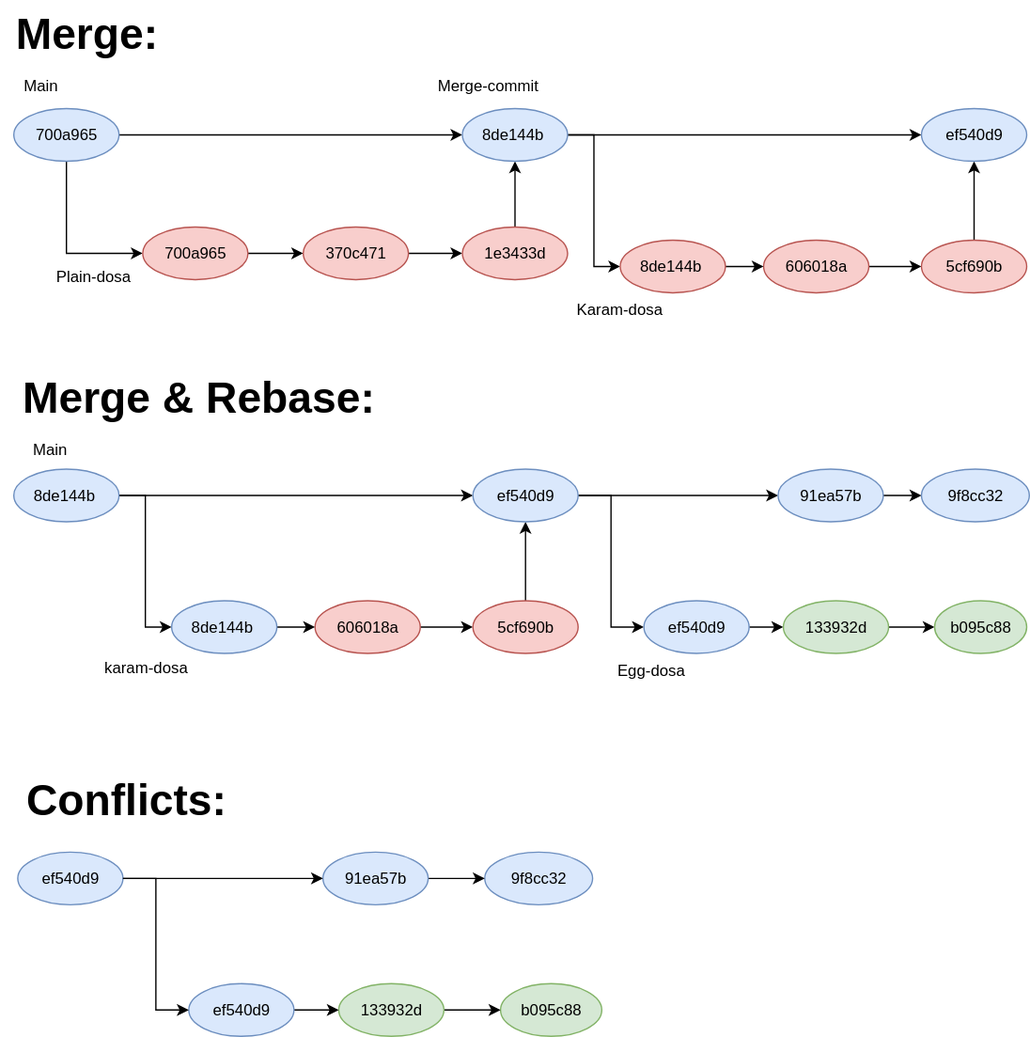
Earlier version of the draw.io export Untitled Diagram.svg (MEDASANI-CHARAN/git-dosa). Source tidied: cells renumbered, new cells last; positions are measured from the earlier drawing's top-left corner, leaving out a move shared by most shapes. Source of this version:
```xml
<mxGraphModel>
  <root>
    <mxCell id="0" />
    <mxCell id="1" parent="0" />
    <mxCell id="2" style="edgeStyle=orthogonalEdgeStyle;rounded=0;jettySize=auto;html=1;entryX=0;entryY=0.5;entryDx=0;entryDy=0;" parent="1" edge="1" source="4" target="6">
      <mxGeometry relative="1" as="geometry">
        <Array as="points">
          <mxPoint x="50" y="192" />
        </Array>
      </mxGeometry>
    </mxCell>
    <mxCell id="3" style="edgeStyle=orthogonalEdgeStyle;rounded=0;jettySize=auto;html=1;entryX=0;entryY=0.5;entryDx=0;entryDy=0;" parent="1" edge="1" source="4" target="14">
      <mxGeometry relative="1" as="geometry" />
    </mxCell>
    <mxCell id="4" value="700a965" style="ellipse;whiteSpace=wrap;html=1;fillColor=#dae8fc;strokeColor=#6c8ebf;" parent="1" vertex="1">
      <mxGeometry x="10" y="82" width="80" height="40" as="geometry" />
    </mxCell>
    <mxCell id="5" style="edgeStyle=orthogonalEdgeStyle;rounded=0;jettySize=auto;html=1;" parent="1" edge="1" source="6" target="8">
      <mxGeometry relative="1" as="geometry" />
    </mxCell>
    <mxCell id="6" value="700a965" style="ellipse;whiteSpace=wrap;html=1;fillColor=#f8cecc;strokeColor=#b85450;" parent="1" vertex="1">
      <mxGeometry x="108" y="172" width="80" height="40" as="geometry" />
    </mxCell>
    <mxCell id="7" style="edgeStyle=orthogonalEdgeStyle;rounded=0;jettySize=auto;html=1;" parent="1" edge="1" source="8" target="11">
      <mxGeometry relative="1" as="geometry" />
    </mxCell>
    <mxCell id="8" value="370c471" style="ellipse;whiteSpace=wrap;html=1;fillColor=#f8cecc;strokeColor=#b85450;" parent="1" vertex="1">
      <mxGeometry x="230" y="172" width="80" height="40" as="geometry" />
    </mxCell>
    <mxCell id="9" value="Plain-dosa" style="text;html=1;align=center;verticalAlign=middle;strokeColor=none;fillColor=none;" parent="1" vertex="1">
      <mxGeometry x="30" y="195" width="80" height="30" as="geometry" />
    </mxCell>
    <mxCell id="10" style="edgeStyle=orthogonalEdgeStyle;rounded=0;jettySize=auto;html=1;" parent="1" edge="1" source="11" target="14">
      <mxGeometry relative="1" as="geometry" />
    </mxCell>
    <mxCell id="11" value="1e3433d" style="ellipse;whiteSpace=wrap;html=1;fillColor=#f8cecc;strokeColor=#b85450;" parent="1" vertex="1">
      <mxGeometry x="351" y="172" width="80" height="40" as="geometry" />
    </mxCell>
    <mxCell id="12" style="edgeStyle=orthogonalEdgeStyle;rounded=0;jettySize=auto;html=1;entryX=0;entryY=0.5;entryDx=0;entryDy=0;" parent="1" edge="1" source="14" target="20">
      <mxGeometry relative="1" as="geometry" />
    </mxCell>
    <mxCell id="13" style="edgeStyle=orthogonalEdgeStyle;rounded=0;jettySize=auto;html=1;" parent="1" edge="1" source="14" target="23">
      <mxGeometry relative="1" as="geometry" />
    </mxCell>
    <mxCell id="14" value="8de144b&amp;nbsp;" style="ellipse;whiteSpace=wrap;html=1;fillColor=#dae8fc;strokeColor=#6c8ebf;" parent="1" vertex="1">
      <mxGeometry x="351" y="82" width="80" height="40" as="geometry" />
    </mxCell>
    <mxCell id="15" value="Merge-commit" style="text;html=1;align=center;verticalAlign=middle;strokeColor=none;fillColor=none;" parent="1" vertex="1">
      <mxGeometry x="320" y="50" width="100" height="30" as="geometry" />
    </mxCell>
    <mxCell id="16" value="Main" style="text;html=1;align=center;verticalAlign=middle;strokeColor=none;fillColor=none;" parent="1" vertex="1">
      <mxGeometry x="5" y="50" width="50" height="30" as="geometry" />
    </mxCell>
    <mxCell id="17" style="edgeStyle=orthogonalEdgeStyle;rounded=0;jettySize=auto;html=1;" parent="1" edge="1" source="18" target="22">
      <mxGeometry relative="1" as="geometry" />
    </mxCell>
    <mxCell id="18" value="606018a" style="ellipse;whiteSpace=wrap;html=1;fillColor=#f8cecc;strokeColor=#b85450;" parent="1" vertex="1">
      <mxGeometry x="580" y="182" width="80" height="40" as="geometry" />
    </mxCell>
    <mxCell id="19" style="edgeStyle=orthogonalEdgeStyle;rounded=0;jettySize=auto;html=1;" parent="1" edge="1" source="20" target="18">
      <mxGeometry relative="1" as="geometry" />
    </mxCell>
    <mxCell id="20" value="8de144b&amp;nbsp;" style="ellipse;whiteSpace=wrap;html=1;fillColor=#f8cecc;strokeColor=#b85450;" parent="1" vertex="1">
      <mxGeometry x="471" y="182" width="80" height="40" as="geometry" />
    </mxCell>
    <mxCell id="21" style="edgeStyle=orthogonalEdgeStyle;rounded=0;jettySize=auto;html=1;" parent="1" edge="1" source="22" target="23">
      <mxGeometry relative="1" as="geometry" />
    </mxCell>
    <mxCell id="22" value="5cf690b" style="ellipse;whiteSpace=wrap;html=1;fillColor=#f8cecc;strokeColor=#b85450;" parent="1" vertex="1">
      <mxGeometry x="700" y="182" width="80" height="40" as="geometry" />
    </mxCell>
    <mxCell id="23" value="ef540d9" style="ellipse;whiteSpace=wrap;html=1;fillColor=#dae8fc;strokeColor=#6c8ebf;" parent="1" vertex="1">
      <mxGeometry x="700" y="82" width="80" height="40" as="geometry" />
    </mxCell>
    <mxCell id="24" style="edgeStyle=orthogonalEdgeStyle;rounded=0;jettySize=auto;html=1;entryX=0;entryY=0.5;entryDx=0;entryDy=0;" parent="1" edge="1" source="26" target="31">
      <mxGeometry relative="1" as="geometry" />
    </mxCell>
    <mxCell id="25" style="edgeStyle=orthogonalEdgeStyle;rounded=0;jettySize=auto;html=1;" parent="1" edge="1" source="26" target="36">
      <mxGeometry relative="1" as="geometry" />
    </mxCell>
    <mxCell id="26" value="8de144b&amp;nbsp;" style="ellipse;whiteSpace=wrap;html=1;fillColor=#dae8fc;strokeColor=#6c8ebf;" parent="1" vertex="1">
      <mxGeometry x="10" y="356" width="80" height="40" as="geometry" />
    </mxCell>
    <mxCell id="27" value="Main" style="text;html=1;align=center;verticalAlign=middle;strokeColor=none;fillColor=none;" parent="1" vertex="1">
      <mxGeometry x="12" y="326" width="50" height="30" as="geometry" />
    </mxCell>
    <mxCell id="28" style="edgeStyle=orthogonalEdgeStyle;rounded=0;jettySize=auto;html=1;" parent="1" edge="1" source="29" target="33">
      <mxGeometry relative="1" as="geometry" />
    </mxCell>
    <mxCell id="29" value="606018a" style="ellipse;whiteSpace=wrap;html=1;fillColor=#f8cecc;strokeColor=#b85450;" parent="1" vertex="1">
      <mxGeometry x="239" y="456" width="80" height="40" as="geometry" />
    </mxCell>
    <mxCell id="30" style="edgeStyle=orthogonalEdgeStyle;rounded=0;jettySize=auto;html=1;" parent="1" edge="1" source="31" target="29">
      <mxGeometry relative="1" as="geometry" />
    </mxCell>
    <mxCell id="31" value="8de144b&amp;nbsp;" style="ellipse;whiteSpace=wrap;html=1;fillColor=#dae8fc;strokeColor=#6c8ebf;" parent="1" vertex="1">
      <mxGeometry x="130" y="456" width="80" height="40" as="geometry" />
    </mxCell>
    <mxCell id="32" style="edgeStyle=orthogonalEdgeStyle;rounded=0;jettySize=auto;html=1;" parent="1" edge="1" source="33" target="36">
      <mxGeometry relative="1" as="geometry" />
    </mxCell>
    <mxCell id="33" value="5cf690b" style="ellipse;whiteSpace=wrap;html=1;fillColor=#f8cecc;strokeColor=#b85450;" parent="1" vertex="1">
      <mxGeometry x="359" y="456" width="80" height="40" as="geometry" />
    </mxCell>
    <mxCell id="34" style="edgeStyle=orthogonalEdgeStyle;rounded=0;jettySize=auto;html=1;entryX=0;entryY=0.5;entryDx=0;entryDy=0;" parent="1" edge="1" source="36" target="38">
      <mxGeometry relative="1" as="geometry" />
    </mxCell>
    <mxCell id="35" style="edgeStyle=orthogonalEdgeStyle;rounded=0;jettySize=auto;html=1;entryX=0;entryY=0.5;entryDx=0;entryDy=0;" parent="1" edge="1" source="36" target="45">
      <mxGeometry relative="1" as="geometry" />
    </mxCell>
    <mxCell id="36" value="ef540d9" style="ellipse;whiteSpace=wrap;html=1;fillColor=#dae8fc;strokeColor=#6c8ebf;" parent="1" vertex="1">
      <mxGeometry x="359" y="356" width="80" height="40" as="geometry" />
    </mxCell>
    <mxCell id="37" style="edgeStyle=orthogonalEdgeStyle;rounded=0;jettySize=auto;html=1;" parent="1" edge="1" source="38" target="42">
      <mxGeometry relative="1" as="geometry" />
    </mxCell>
    <mxCell id="38" value="ef540d9" style="ellipse;whiteSpace=wrap;html=1;fillColor=#dae8fc;strokeColor=#6c8ebf;" parent="1" vertex="1">
      <mxGeometry x="489" y="456" width="80" height="40" as="geometry" />
    </mxCell>
    <mxCell id="39" value="Karam-dosa" style="text;html=1;align=center;verticalAlign=middle;strokeColor=none;fillColor=none;" parent="1" vertex="1">
      <mxGeometry x="425" y="220" width="90" height="30" as="geometry" />
    </mxCell>
    <mxCell id="40" value="karam-dosa" style="text;html=1;align=center;verticalAlign=middle;strokeColor=none;fillColor=none;" parent="1" vertex="1">
      <mxGeometry x="65" y="492" width="90" height="30" as="geometry" />
    </mxCell>
    <mxCell id="41" style="edgeStyle=orthogonalEdgeStyle;rounded=0;jettySize=auto;html=1;" parent="1" edge="1" source="42" target="43">
      <mxGeometry relative="1" as="geometry" />
    </mxCell>
    <mxCell id="42" value="133932d" style="ellipse;whiteSpace=wrap;html=1;fillColor=#d5e8d4;strokeColor=#82b366;" parent="1" vertex="1">
      <mxGeometry x="595" y="456" width="80" height="40" as="geometry" />
    </mxCell>
    <mxCell id="43" value="b095c88" style="ellipse;whiteSpace=wrap;html=1;fillColor=#d5e8d4;strokeColor=#82b366;" parent="1" vertex="1">
      <mxGeometry x="710" y="456" width="70" height="40" as="geometry" />
    </mxCell>
    <mxCell id="44" style="edgeStyle=orthogonalEdgeStyle;rounded=0;jettySize=auto;html=1;" parent="1" edge="1" source="45" target="46">
      <mxGeometry relative="1" as="geometry" />
    </mxCell>
    <mxCell id="45" value="91ea57b" style="ellipse;whiteSpace=wrap;html=1;fillColor=#dae8fc;strokeColor=#6c8ebf;" parent="1" vertex="1">
      <mxGeometry x="591" y="356" width="80" height="40" as="geometry" />
    </mxCell>
    <mxCell id="46" value="9f8cc32" style="ellipse;whiteSpace=wrap;html=1;fillColor=#dae8fc;strokeColor=#6c8ebf;" parent="1" vertex="1">
      <mxGeometry x="700" y="356" width="82" height="40" as="geometry" />
    </mxCell>
    <mxCell id="47" value="Egg-dosa" style="text;html=1;align=center;verticalAlign=middle;strokeColor=none;fillColor=none;" parent="1" vertex="1">
      <mxGeometry x="459" y="494" width="70" height="30" as="geometry" />
    </mxCell>
    <mxCell id="48" value="&lt;b&gt;&lt;font style=&quot;font-size: 33px;&quot;&gt;Merge:&lt;/font&gt;&lt;/b&gt;" style="text;html=1;align=center;verticalAlign=middle;strokeColor=none;fillColor=none;" parent="1" vertex="1">
      <mxGeometry width="130" height="50" as="geometry" />
    </mxCell>
    <mxCell id="49" value="&lt;b&gt;&lt;font style=&quot;font-size: 33px;&quot;&gt;Merge &amp;amp; Rebase:&lt;/font&gt;&lt;/b&gt;" style="text;html=1;align=center;verticalAlign=middle;strokeColor=none;fillColor=none;" parent="1" vertex="1">
      <mxGeometry x="5" y="276" width="290" height="50" as="geometry" />
    </mxCell>
    <mxCell id="50" value="b095c88" style="ellipse;whiteSpace=wrap;html=1;fillColor=#d5e8d4;strokeColor=#82b366;" parent="1" vertex="1">
      <mxGeometry x="380" y="747" width="77" height="40" as="geometry" />
    </mxCell>
    <mxCell id="51" value="9f8cc32" style="ellipse;whiteSpace=wrap;html=1;fillColor=#dae8fc;strokeColor=#6c8ebf;" parent="1" vertex="1">
      <mxGeometry x="368" y="647" width="82" height="40" as="geometry" />
    </mxCell>
    <mxCell id="52" style="edgeStyle=orthogonalEdgeStyle;rounded=0;jettySize=auto;html=1;" parent="1" edge="1" source="53" target="51">
      <mxGeometry relative="1" as="geometry" />
    </mxCell>
    <mxCell id="53" value="91ea57b" style="ellipse;whiteSpace=wrap;html=1;fillColor=#dae8fc;strokeColor=#6c8ebf;" parent="1" vertex="1">
      <mxGeometry x="245" y="647" width="80" height="40" as="geometry" />
    </mxCell>
    <mxCell id="54" style="edgeStyle=orthogonalEdgeStyle;rounded=0;jettySize=auto;html=1;" parent="1" edge="1" source="55" target="50">
      <mxGeometry relative="1" as="geometry" />
    </mxCell>
    <mxCell id="55" value="133932d" style="ellipse;whiteSpace=wrap;html=1;fillColor=#d5e8d4;strokeColor=#82b366;" parent="1" vertex="1">
      <mxGeometry x="257" y="747" width="80" height="40" as="geometry" />
    </mxCell>
    <mxCell id="56" style="edgeStyle=orthogonalEdgeStyle;rounded=0;jettySize=auto;html=1;" parent="1" edge="1" source="57" target="55">
      <mxGeometry relative="1" as="geometry" />
    </mxCell>
    <mxCell id="57" value="ef540d9" style="ellipse;whiteSpace=wrap;html=1;fillColor=#dae8fc;strokeColor=#6c8ebf;" parent="1" vertex="1">
      <mxGeometry x="143" y="747" width="80" height="40" as="geometry" />
    </mxCell>
    <mxCell id="58" value="ef540d9" style="ellipse;whiteSpace=wrap;html=1;fillColor=#dae8fc;strokeColor=#6c8ebf;" parent="1" vertex="1">
      <mxGeometry x="13" y="647" width="80" height="40" as="geometry" />
    </mxCell>
    <mxCell id="59" style="edgeStyle=orthogonalEdgeStyle;rounded=0;jettySize=auto;html=1;entryX=0;entryY=0.5;entryDx=0;entryDy=0;" parent="1" edge="1" source="58" target="53">
      <mxGeometry relative="1" as="geometry" />
    </mxCell>
    <mxCell id="60" style="edgeStyle=orthogonalEdgeStyle;rounded=0;jettySize=auto;html=1;entryX=0;entryY=0.5;entryDx=0;entryDy=0;" parent="1" edge="1" source="58" target="57">
      <mxGeometry relative="1" as="geometry" />
    </mxCell>
    <mxCell id="61" value="&lt;b&gt;&lt;font style=&quot;font-size: 33px;&quot;&gt;Conflicts:&lt;/font&gt;&lt;/b&gt;" style="text;html=1;align=center;verticalAlign=middle;strokeColor=none;fillColor=none;" parent="1" vertex="1">
      <mxGeometry x="5" y="582" width="180" height="50" as="geometry" />
    </mxCell>
  </root>
</mxGraphModel>
```
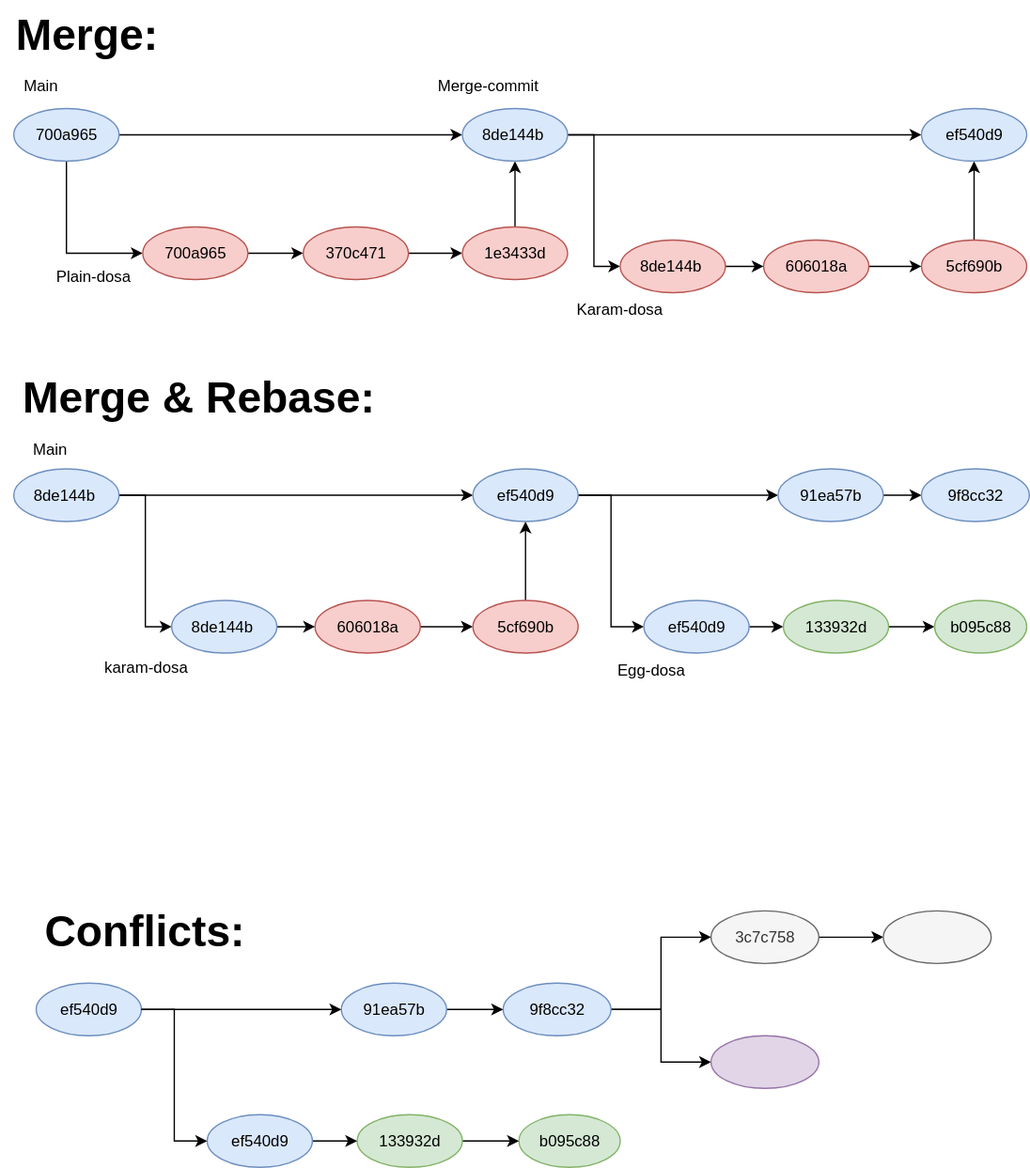
The same file after the commit.

Commit message:
added egg and Karam

The edit, as a diff of the source:
```diff
@@ -151,31 +151,37 @@
       <mxGeometry x="5" y="276" width="290" height="50" as="geometry" />
     </mxCell>
     <mxCell id="50" value="b095c88" style="ellipse;whiteSpace=wrap;html=1;fillColor=#d5e8d4;strokeColor=#82b366;" parent="1" vertex="1">
-      <mxGeometry x="380" y="747" width="77" height="40" as="geometry" />
+      <mxGeometry x="394" y="847" width="77" height="40" as="geometry" />
     </mxCell>
+    <mxCell id="62" style="edgeStyle=orthogonalEdgeStyle;rounded=0;jettySize=auto;html=1;entryX=0;entryY=0.5;entryDx=0;entryDy=0;" parent="1" edge="1" source="51" target="66">
+      <mxGeometry relative="1" as="geometry" />
+    </mxCell>
+    <mxCell id="63" style="edgeStyle=orthogonalEdgeStyle;rounded=0;jettySize=auto;html=1;entryX=0;entryY=0.5;entryDx=0;entryDy=0;" parent="1" edge="1" source="51" target="64">
+      <mxGeometry relative="1" as="geometry" />
+    </mxCell>
     <mxCell id="51" value="9f8cc32" style="ellipse;whiteSpace=wrap;html=1;fillColor=#dae8fc;strokeColor=#6c8ebf;" parent="1" vertex="1">
-      <mxGeometry x="368" y="647" width="82" height="40" as="geometry" />
+      <mxGeometry x="382" y="747" width="82" height="40" as="geometry" />
     </mxCell>
     <mxCell id="52" style="edgeStyle=orthogonalEdgeStyle;rounded=0;jettySize=auto;html=1;" parent="1" edge="1" source="53" target="51">
       <mxGeometry relative="1" as="geometry" />
     </mxCell>
     <mxCell id="53" value="91ea57b" style="ellipse;whiteSpace=wrap;html=1;fillColor=#dae8fc;strokeColor=#6c8ebf;" parent="1" vertex="1">
-      <mxGeometry x="245" y="647" width="80" height="40" as="geometry" />
+      <mxGeometry x="259" y="747" width="80" height="40" as="geometry" />
     </mxCell>
     <mxCell id="54" style="edgeStyle=orthogonalEdgeStyle;rounded=0;jettySize=auto;html=1;" parent="1" edge="1" source="55" target="50">
       <mxGeometry relative="1" as="geometry" />
     </mxCell>
     <mxCell id="55" value="133932d" style="ellipse;whiteSpace=wrap;html=1;fillColor=#d5e8d4;strokeColor=#82b366;" parent="1" vertex="1">
-      <mxGeometry x="257" y="747" width="80" height="40" as="geometry" />
+      <mxGeometry x="271" y="847" width="80" height="40" as="geometry" />
     </mxCell>
     <mxCell id="56" style="edgeStyle=orthogonalEdgeStyle;rounded=0;jettySize=auto;html=1;" parent="1" edge="1" source="57" target="55">
       <mxGeometry relative="1" as="geometry" />
     </mxCell>
     <mxCell id="57" value="ef540d9" style="ellipse;whiteSpace=wrap;html=1;fillColor=#dae8fc;strokeColor=#6c8ebf;" parent="1" vertex="1">
-      <mxGeometry x="143" y="747" width="80" height="40" as="geometry" />
+      <mxGeometry x="157" y="847" width="80" height="40" as="geometry" />
     </mxCell>
     <mxCell id="58" value="ef540d9" style="ellipse;whiteSpace=wrap;html=1;fillColor=#dae8fc;strokeColor=#6c8ebf;" parent="1" vertex="1">
-      <mxGeometry x="13" y="647" width="80" height="40" as="geometry" />
+      <mxGeometry x="27" y="747" width="80" height="40" as="geometry" />
     </mxCell>
     <mxCell id="59" style="edgeStyle=orthogonalEdgeStyle;rounded=0;jettySize=auto;html=1;entryX=0;entryY=0.5;entryDx=0;entryDy=0;" parent="1" edge="1" source="58" target="53">
       <mxGeometry relative="1" as="geometry" />
@@ -184,7 +190,19 @@
       <mxGeometry relative="1" as="geometry" />
     </mxCell>
     <mxCell id="61" value="&lt;b&gt;&lt;font style=&quot;font-size: 33px;&quot;&gt;Conflicts:&lt;/font&gt;&lt;/b&gt;" style="text;html=1;align=center;verticalAlign=middle;strokeColor=none;fillColor=none;" parent="1" vertex="1">
-      <mxGeometry x="5" y="582" width="180" height="50" as="geometry" />
+      <mxGeometry x="19" y="682" width="180" height="50" as="geometry" />
     </mxCell>
+    <mxCell id="64" style="ellipse;whiteSpace=wrap;html=1;fillColor=#e1d5e7;strokeColor=#9673a6;" parent="1" vertex="1">
+      <mxGeometry x="540" y="787" width="82" height="40" as="geometry" />
+    </mxCell>
+    <mxCell id="65" style="edgeStyle=orthogonalEdgeStyle;rounded=0;jettySize=auto;html=1;" parent="1" edge="1" source="66" target="67">
+      <mxGeometry relative="1" as="geometry" />
+    </mxCell>
+    <mxCell id="66" value="3c7c758" style="ellipse;whiteSpace=wrap;html=1;fillColor=#f5f5f5;strokeColor=#666666;fontColor=#333333;" parent="1" vertex="1">
+      <mxGeometry x="540" y="692" width="82" height="40" as="geometry" />
+    </mxCell>
+    <mxCell id="67" style="ellipse;whiteSpace=wrap;html=1;fillColor=#f5f5f5;strokeColor=#666666;fontColor=#333333;" parent="1" vertex="1">
+      <mxGeometry x="671" y="692" width="82" height="40" as="geometry" />
+    </mxCell>
   </root>
 </mxGraphModel>
```
